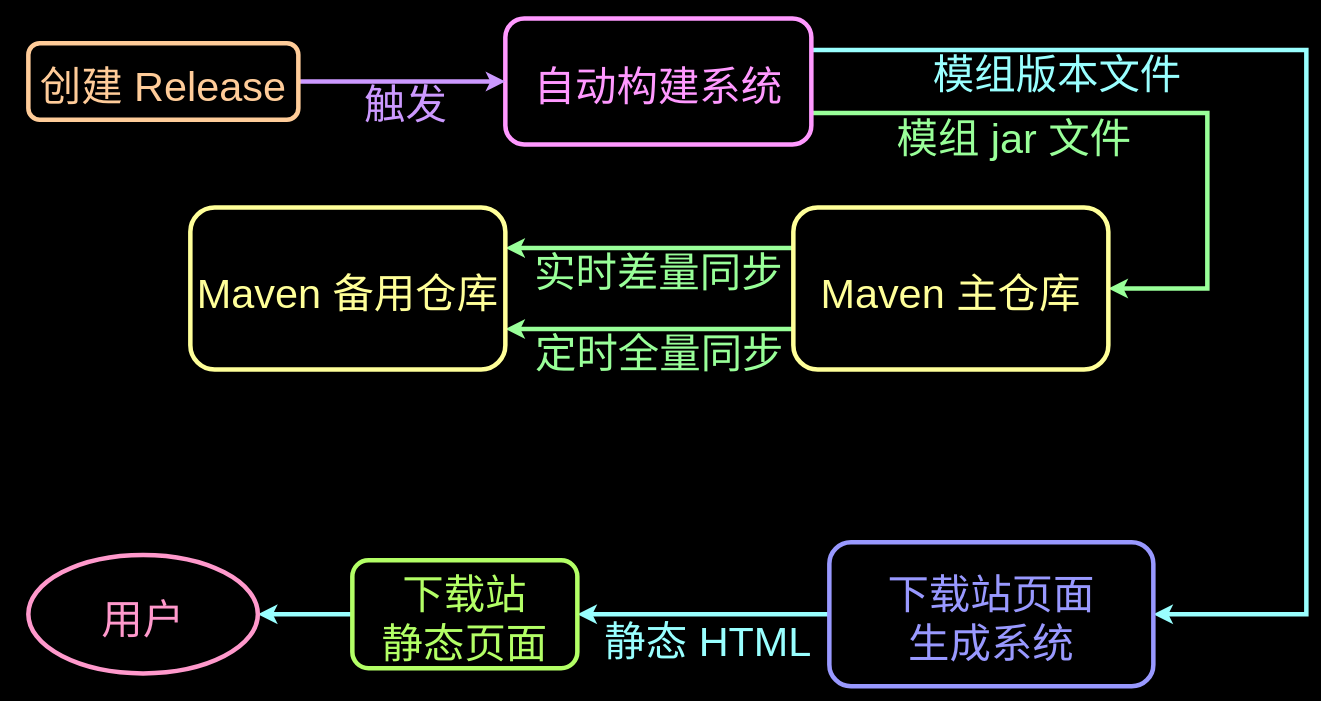
Before: assets/image/tech-img1.drawio in BinZhengStudio/recruit-page, a draw.io diagram. Source tidied: cells renumbered, new cells numbered last; positions are measured from the earlier drawing's top-left corner, leaving out a move shared by most shapes. Both pictures are drawn from the tidied source at 90%, with x=0, y=0 at pixel (28, 18).
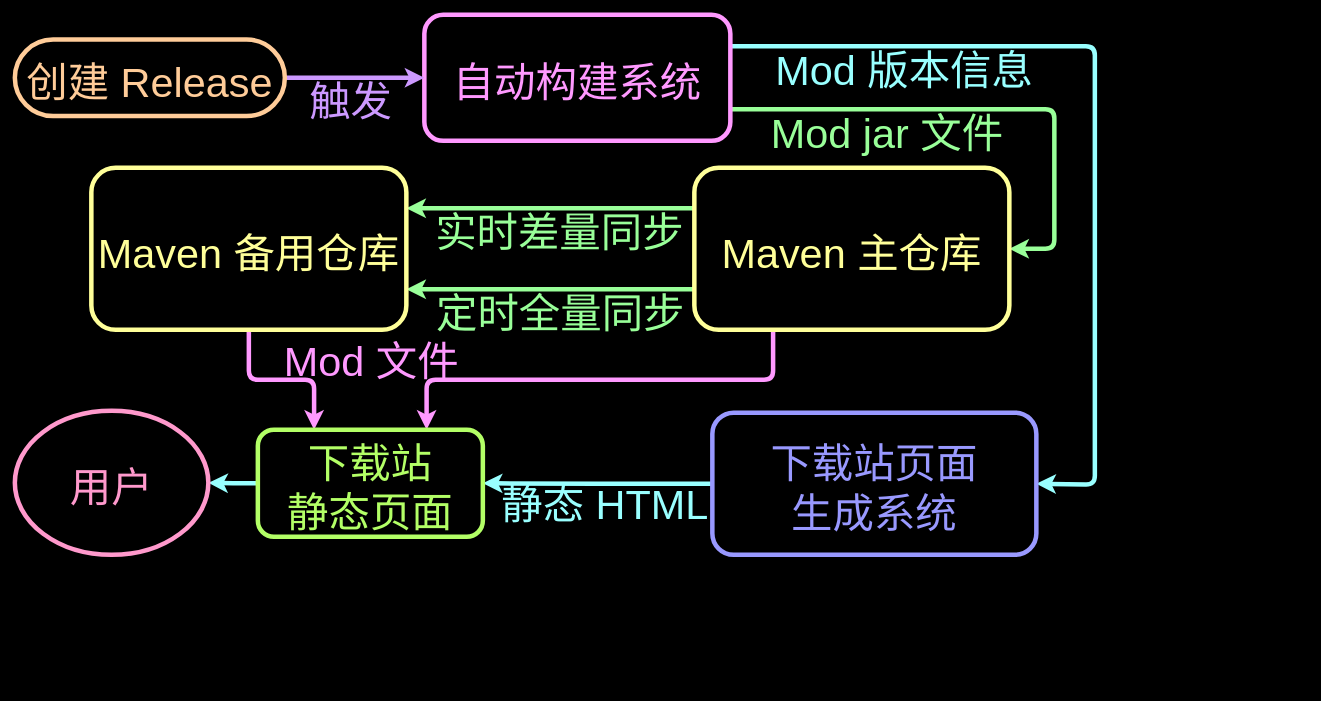
Above is the later version.

The edit, as a diff of the source:
```diff
@@
-    <mxCell id="2" style="edgeStyle=orthogonalEdgeStyle;rounded=0;jettySize=auto;exitX=1;exitY=0.75;exitDx=0;exitDy=0;strokeColor=#99FF99;strokeWidth=5;fontSize=46;fontColor=#FFFFFF;entryX=1;entryY=0.5;entryDx=0;entryDy=0;" parent="1" edge="1" source="6" target="14">
+    <mxCell id="2" style="edgeStyle=orthogonalEdgeStyle;rounded=1;jettySize=auto;exitX=1;exitY=0.75;exitDx=0;exitDy=0;strokeColor=#99FF99;strokeWidth=5;fontSize=46;fontColor=#FFFFFF;entryX=1;entryY=0.5;entryDx=0;entryDy=0;fontFamily=sans-serif;" parent="1" edge="1" source="6" target="14">
       <mxGeometry relative="1" as="geometry">
         <Array as="points">
-          <mxPoint x="1310" y="105" />
-          <mxPoint x="1310" y="300" />
+          <mxPoint x="1140" y="101" />
+          <mxPoint x="1140" y="256" />
         </Array>
       </mxGeometry>
     </mxCell>
-    <mxCell id="3" value="模组 jar 文件" style="edgeLabel;align=center;verticalAlign=middle;fontSize=46;fontColor=#99FF99;labelBackgroundColor=none;" parent="2" vertex="1">
+    <mxCell id="3" value="Mod jar 文件" style="edgeLabel;align=center;verticalAlign=middle;fontSize=46;fontColor=#99FF99;labelBackgroundColor=none;fontFamily=sans-serif;" parent="2" vertex="1">
       <mxGeometry x="0.07" y="4" relative="1" as="geometry">
-        <mxPoint x="-174" y="26" as="offset" />
+        <mxPoint x="-128" y="25" as="offset" />
       </mxGeometry>
     </mxCell>
-    <mxCell id="4" style="edgeStyle=orthogonalEdgeStyle;rounded=0;jettySize=auto;exitX=1;exitY=0.25;exitDx=0;exitDy=0;entryX=1;entryY=0.5;entryDx=0;entryDy=0;strokeColor=#99FFFF;strokeWidth=5;fontSize=46;fontColor=#FF99CC;" parent="1" edge="1" source="6" target="19">
+    <mxCell id="4" style="edgeStyle=orthogonalEdgeStyle;rounded=1;jettySize=auto;exitX=1;exitY=0.25;exitDx=0;exitDy=0;entryX=1;entryY=0.5;entryDx=0;entryDy=0;strokeColor=#99FFFF;strokeWidth=5;fontSize=46;fontColor=#FF99CC;fontFamily=sans-serif;" parent="1" edge="1" source="6" target="19">
       <mxGeometry relative="1" as="geometry">
         <Array as="points">
-          <mxPoint x="1420" y="35" />
-          <mxPoint x="1420" y="662" />
+          <mxPoint x="1185" y="31" />
+          <mxPoint x="1185" y="518" />
         </Array>
       </mxGeometry>
     </mxCell>
-    <mxCell id="5" value="模组版本文件" style="edgeLabel;align=center;verticalAlign=middle;fontSize=46;fontColor=#99FFFF;labelBackgroundColor=none;" parent="4" vertex="1">
+    <mxCell id="5" value="Mod 版本信息" style="edgeLabel;align=center;verticalAlign=middle;fontSize=46;fontColor=#99FFFF;labelBackgroundColor=none;fontFamily=sans-serif;" parent="4" vertex="1">
       <mxGeometry x="-0.55" relative="1" as="geometry">
-        <mxPoint x="-30" y="21" as="offset" />
+        <mxPoint x="-22" y="21" as="offset" />
       </mxGeometry>
     </mxCell>
-    <mxCell id="6" value="自动构建系统" style="rounded=1;fillColor=none;strokeColor=#FF99FF;strokeWidth=5;fontColor=#FF99FF;fontSize=46;" parent="1" vertex="1">
-      <mxGeometry x="530" width="340" height="140" as="geometry" />
+    <mxCell id="6" value="自动构建系统" style="rounded=1;fillColor=none;strokeColor=#FF99FF;strokeWidth=5;fontColor=#FF99FF;fontSize=46;fontFamily=sans-serif;" parent="1" vertex="1">
+      <mxGeometry x="440" y="-4" width="340" height="140" as="geometry" />
     </mxCell>
-    <mxCell id="7" style="edgeStyle=orthogonalEdgeStyle;rounded=0;jettySize=auto;exitX=1;exitY=0.5;exitDx=0;exitDy=0;entryX=0;entryY=0.5;entryDx=0;entryDy=0;fontSize=46;fontColor=#CC99FF;strokeColor=#CC99FF;strokeWidth=5;" parent="1" edge="1" source="9" target="6">
+    <mxCell id="7" style="edgeStyle=orthogonalEdgeStyle;rounded=0;jettySize=auto;exitX=1;exitY=0.5;exitDx=0;exitDy=0;entryX=0;entryY=0.5;entryDx=0;entryDy=0;fontSize=46;fontColor=#CC99FF;strokeColor=#CC99FF;strokeWidth=5;fontFamily=sans-serif;" parent="1" edge="1" source="9" target="6">
       <mxGeometry relative="1" as="geometry" />
     </mxCell>
-    <mxCell id="8" value="触发" style="edgeLabel;align=center;verticalAlign=middle;fontSize=46;fontColor=#CC99FF;labelBackgroundColor=none;" parent="7" vertex="1">
+    <mxCell id="8" value="触发" style="edgeLabel;align=center;verticalAlign=middle;fontSize=46;fontColor=#CC99FF;labelBackgroundColor=none;fontFamily=sans-serif;" parent="7" vertex="1">
       <mxGeometry x="0.23" y="-1" relative="1" as="geometry">
         <mxPoint x="-22" y="19" as="offset" />
       </mxGeometry>
     </mxCell>
-    <mxCell id="9" value="创建 Release" style="rounded=1;labelBackgroundColor=none;strokeColor=#FFCC99;strokeWidth=5;fontSize=46;fontColor=#FFCC99;fillColor=none;" parent="1" vertex="1">
-      <mxGeometry y="27.5" width="300" height="85" as="geometry" />
+    <mxCell id="9" value="创建 Release" style="rounded=1;labelBackgroundColor=none;strokeColor=#FFCC99;strokeWidth=5;fontSize=46;fontColor=#FFCC99;fillColor=none;arcSize=50;fontFamily=sans-serif;" parent="1" vertex="1">
+      <mxGeometry x="-15" y="23.5" width="300" height="85" as="geometry" />
     </mxCell>
-    <mxCell id="10" style="edgeStyle=orthogonalEdgeStyle;rounded=0;jettySize=auto;exitX=0;exitY=0.25;exitDx=0;exitDy=0;entryX=1;entryY=0.25;entryDx=0;entryDy=0;strokeColor=#99FF99;strokeWidth=5;fontSize=46;fontColor=#99FF99;" parent="1" edge="1" source="14" target="16">
+    <mxCell id="10" style="edgeStyle=orthogonalEdgeStyle;rounded=0;jettySize=auto;exitX=0;exitY=0.25;exitDx=0;exitDy=0;entryX=1;entryY=0.25;entryDx=0;entryDy=0;strokeColor=#99FF99;strokeWidth=5;fontSize=46;fontColor=#99FF99;fontFamily=sans-serif;" parent="1" edge="1" source="14" target="16">
       <mxGeometry relative="1" as="geometry" />
     </mxCell>
-    <mxCell id="11" value="实时差量同步" style="edgeLabel;align=center;verticalAlign=middle;fontSize=46;fontColor=#99FF99;labelBackgroundColor=none;" parent="10" vertex="1">
+    <mxCell id="11" value="实时差量同步" style="edgeLabel;align=center;verticalAlign=middle;fontSize=46;fontColor=#99FF99;labelBackgroundColor=none;fontFamily=sans-serif;" parent="10" vertex="1">
       <mxGeometry x="-0.21" y="-7" relative="1" as="geometry">
         <mxPoint x="-24" y="28" as="offset" />
       </mxGeometry>
     </mxCell>
-    <mxCell id="12" style="edgeStyle=orthogonalEdgeStyle;rounded=0;jettySize=auto;exitX=0;exitY=0.75;exitDx=0;exitDy=0;entryX=1;entryY=0.75;entryDx=0;entryDy=0;strokeColor=#99FF99;strokeWidth=5;fontSize=46;fontColor=#99FF99;" parent="1" edge="1" source="14" target="16">
+    <mxCell id="12" style="edgeStyle=orthogonalEdgeStyle;rounded=0;jettySize=auto;exitX=0;exitY=0.75;exitDx=0;exitDy=0;entryX=1;entryY=0.75;entryDx=0;entryDy=0;strokeColor=#99FF99;strokeWidth=5;fontSize=46;fontColor=#99FF99;fontFamily=sans-serif;" parent="1" edge="1" source="14" target="16">
       <mxGeometry relative="1" as="geometry" />
     </mxCell>
-    <mxCell id="13" value="定时全量同步" style="edgeLabel;align=center;verticalAlign=middle;fontSize=46;fontColor=#99FF99;labelBackgroundColor=none;" parent="12" vertex="1">
+    <mxCell id="13" value="定时全量同步" style="edgeLabel;align=center;verticalAlign=middle;fontSize=46;fontColor=#99FF99;labelBackgroundColor=none;fontFamily=sans-serif;" parent="12" vertex="1">
       <mxGeometry x="-0.18" y="-1" relative="1" as="geometry">
         <mxPoint x="-18" y="22" as="offset" />
       </mxGeometry>
     </mxCell>
+    <mxCell id="23" style="edgeStyle=orthogonalEdgeStyle;rounded=1;jettySize=auto;exitX=0.25;exitY=1;exitDx=0;exitDy=0;entryX=0.75;entryY=0;entryDx=0;entryDy=0;strokeColor=#FF99FF;strokeWidth=5;fontFamily=sans-serif;" parent="1" edge="1" source="14" target="21">
+      <mxGeometry relative="1" as="geometry" />
+    </mxCell>
+    <mxCell id="24" value="Mod 文件" style="edgeLabel;align=center;verticalAlign=middle;fontSize=46;fontColor=#FF99FF;labelBackgroundColor=none;fontFamily=sans-serif;" parent="23" vertex="1">
+      <mxGeometry x="0.45" y="-6" relative="1" as="geometry">
+        <mxPoint x="-142" y="-20" as="offset" />
+      </mxGeometry>
+    </mxCell>
-    <mxCell id="14" value="Maven 主仓库" style="rounded=1;labelBackgroundColor=none;strokeColor=#FFFF99;strokeWidth=5;fontSize=46;fontColor=#FFFF99;fillColor=none;" parent="1" vertex="1">
-      <mxGeometry x="850" y="210" width="350" height="180" as="geometry" />
+    <mxCell id="14" value="Maven 主仓库" style="rounded=1;labelBackgroundColor=none;strokeColor=#FFFF99;strokeWidth=5;fontSize=46;fontColor=#FFFF99;fillColor=none;fontFamily=sans-serif;" parent="1" vertex="1">
+      <mxGeometry x="740" y="166" width="350" height="180" as="geometry" />
     </mxCell>
-    <mxCell id="15" style="edgeStyle=orthogonalEdgeStyle;rounded=0;orthogonalLoop=1;jettySize=auto;exitX=0.5;exitY=1;exitDx=0;exitDy=0;strokeColor=#FFFFFF;strokeWidth=5;fontSize=46;fontColor=#FFFFFF;" parent="1" edge="1" source="14" target="14">
+    <mxCell id="15" style="edgeStyle=orthogonalEdgeStyle;rounded=0;orthogonalLoop=1;jettySize=auto;exitX=0.5;exitY=1;exitDx=0;exitDy=0;strokeColor=#FFFFFF;strokeWidth=5;fontSize=46;fontColor=#FFFFFF;fontFamily=sans-serif;" parent="1" edge="1" source="14" target="14">
       <mxGeometry relative="1" as="geometry" />
     </mxCell>
+    <mxCell id="25" style="edgeStyle=orthogonalEdgeStyle;rounded=1;jettySize=auto;exitX=0.5;exitY=1;exitDx=0;exitDy=0;entryX=0.25;entryY=0;entryDx=0;entryDy=0;strokeWidth=5;strokeColor=#FF99FF;fontFamily=sans-serif;" parent="1" edge="1" source="16" target="21">
+      <mxGeometry relative="1" as="geometry" />
+    </mxCell>
-    <mxCell id="16" value="Maven 备用仓库" style="rounded=1;labelBackgroundColor=none;strokeColor=#FFFF99;strokeWidth=5;fontSize=46;fontColor=#FFFF99;fillColor=none;" parent="1" vertex="1">
-      <mxGeometry x="180" y="210" width="350" height="180" as="geometry" />
+    <mxCell id="16" value="Maven 备用仓库" style="rounded=1;labelBackgroundColor=none;strokeColor=#FFFF99;strokeWidth=5;fontSize=46;fontColor=#FFFF99;fillColor=none;fontFamily=sans-serif;" parent="1" vertex="1">
+      <mxGeometry x="70" y="166" width="350" height="180" as="geometry" />
     </mxCell>
-    <mxCell id="17" style="edgeStyle=orthogonalEdgeStyle;rounded=0;jettySize=auto;exitX=0;exitY=0.5;exitDx=0;exitDy=0;entryX=1;entryY=0.5;entryDx=0;entryDy=0;strokeColor=#99FFFF;strokeWidth=5;fontSize=46;fontColor=#99FFFF;" parent="1" edge="1" source="19" target="21">
+    <mxCell id="17" style="edgeStyle=orthogonalEdgeStyle;rounded=0;jettySize=auto;exitX=0;exitY=0.5;exitDx=0;exitDy=0;entryX=1;entryY=0.5;entryDx=0;entryDy=0;strokeColor=#99FFFF;strokeWidth=5;fontSize=46;fontColor=#99FFFF;fontFamily=sans-serif;" parent="1" edge="1" source="19" target="21">
       <mxGeometry relative="1" as="geometry" />
     </mxCell>
-    <mxCell id="18" value="静态 HTML" style="edgeLabel;align=center;verticalAlign=middle;fontSize=46;fontColor=#99FFFF;labelBackgroundColor=none;" parent="17" vertex="1">
+    <mxCell id="18" value="静态 HTML" style="edgeLabel;align=center;verticalAlign=middle;fontSize=46;fontColor=#99FFFF;labelBackgroundColor=none;fontFamily=sans-serif;" parent="17" vertex="1">
       <mxGeometry x="0.25" y="-4" relative="1" as="geometry">
-        <mxPoint x="40" y="28" as="offset" />
+        <mxPoint x="40" y="22" as="offset" />
       </mxGeometry>
     </mxCell>
-    <mxCell id="19" value="下载站页面&#10;生成系统" style="rounded=1;labelBackgroundColor=none;strokeColor=#9999FF;strokeWidth=5;fontSize=46;fontColor=#9999FF;fillColor=none;" parent="1" vertex="1">
-      <mxGeometry x="890" y="582" width="360" height="160" as="geometry" />
+    <mxCell id="19" value="下载站页面&#10;生成系统" style="rounded=1;labelBackgroundColor=none;strokeColor=#9999FF;strokeWidth=5;fontSize=46;fontColor=#9999FF;fillColor=none;fontFamily=sans-serif;" parent="1" vertex="1">
+      <mxGeometry x="760" y="438" width="360" height="158" as="geometry" />
     </mxCell>
-    <mxCell id="20" style="edgeStyle=orthogonalEdgeStyle;rounded=0;jettySize=auto;exitX=0;exitY=0.5;exitDx=0;exitDy=0;entryX=1;entryY=0.5;entryDx=0;entryDy=0;strokeColor=#99FFFF;strokeWidth=5;fontSize=46;fontColor=#99FFFF;" parent="1" edge="1" source="21" target="22">
+    <mxCell id="20" style="edgeStyle=orthogonalEdgeStyle;rounded=0;jettySize=auto;exitX=0;exitY=0.5;exitDx=0;exitDy=0;entryX=1;entryY=0.5;entryDx=0;entryDy=0;strokeColor=#99FFFF;strokeWidth=5;fontSize=46;fontColor=#99FFFF;fontFamily=sans-serif;" parent="1" edge="1" source="21" target="22">
       <mxGeometry relative="1" as="geometry" />
     </mxCell>
-    <mxCell id="21" value="下载站&#10;静态页面" style="rounded=1;labelBackgroundColor=none;strokeColor=#B3FF66;strokeWidth=5;fontSize=46;fontColor=#B3FF66;fillColor=none;" parent="1" vertex="1">
-      <mxGeometry x="360" y="602" width="250" height="120" as="geometry" />
+    <mxCell id="21" value="下载站&#10;静态页面" style="rounded=1;labelBackgroundColor=none;strokeColor=#B3FF66;strokeWidth=5;fontSize=46;fontColor=#B3FF66;fillColor=none;fontFamily=sans-serif;" parent="1" vertex="1">
+      <mxGeometry x="255" y="457" width="250" height="119" as="geometry" />
     </mxCell>
-    <mxCell id="22" value="用户" style="ellipse;labelBackgroundColor=none;strokeColor=#FF99CC;strokeWidth=5;fontSize=46;fontColor=#FF99CC;fillColor=none;" parent="1" vertex="1">
-      <mxGeometry y="596.2" width="255" height="131.5" as="geometry" />
+    <mxCell id="22" value="用户" style="ellipse;labelBackgroundColor=none;strokeColor=#FF99CC;strokeWidth=5;fontSize=46;fontColor=#FF99CC;fillColor=none;fontFamily=sans-serif;" parent="1" vertex="1">
+      <mxGeometry x="-15" y="436" width="215" height="160" as="geometry" />
     </mxCell>
```
